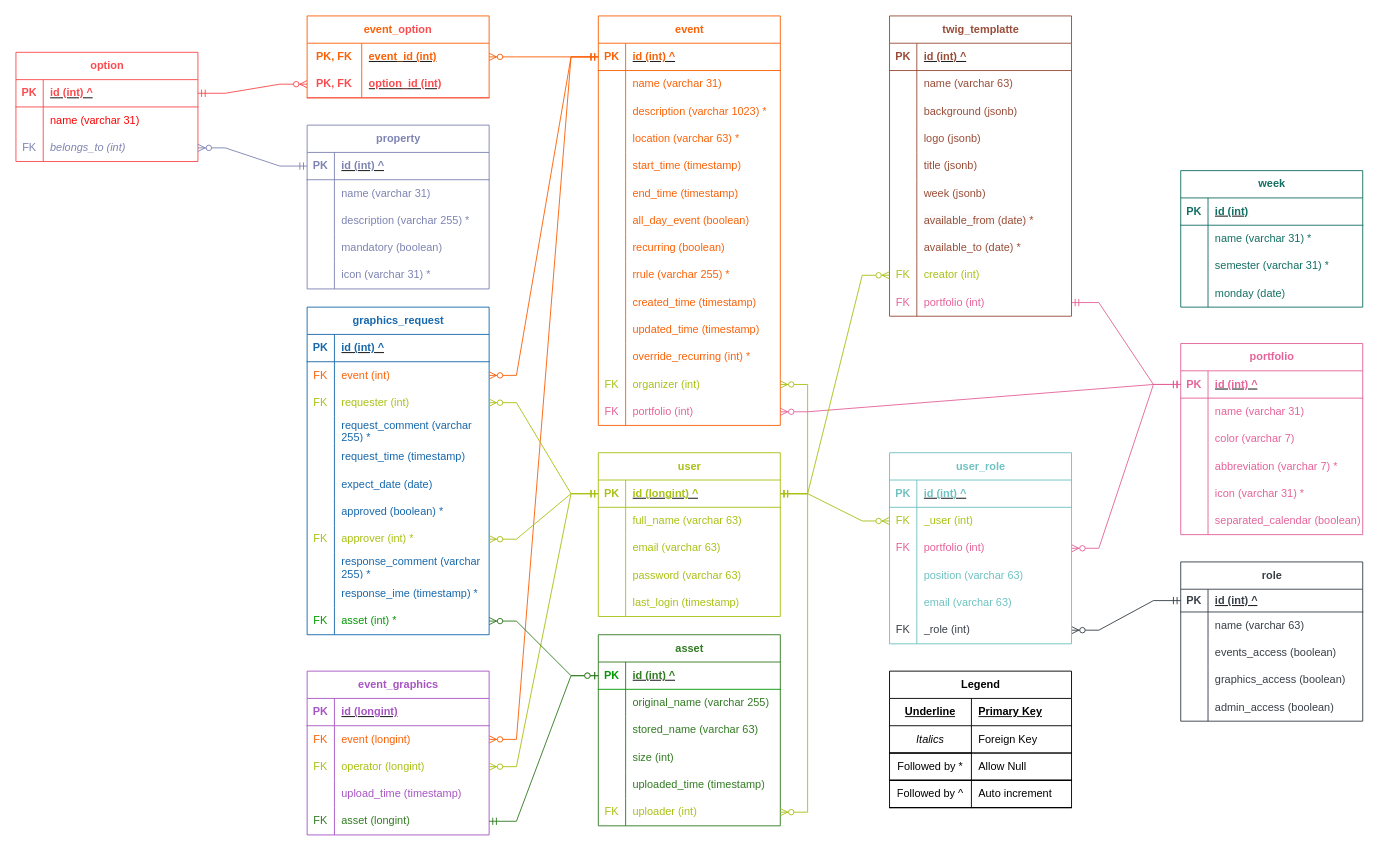
The draw.io diagram design/eTWIG.ER.drawio in stewebb/eTWIG, before the edit. Source tidied: cells renumbered, new cells numbered last; positions are measured from the earlier drawing's top-left corner, leaving out a move shared by most shapes. Both pictures are drawn from the tidied source at 91%, with x=0, y=0 at pixel (15, -203).
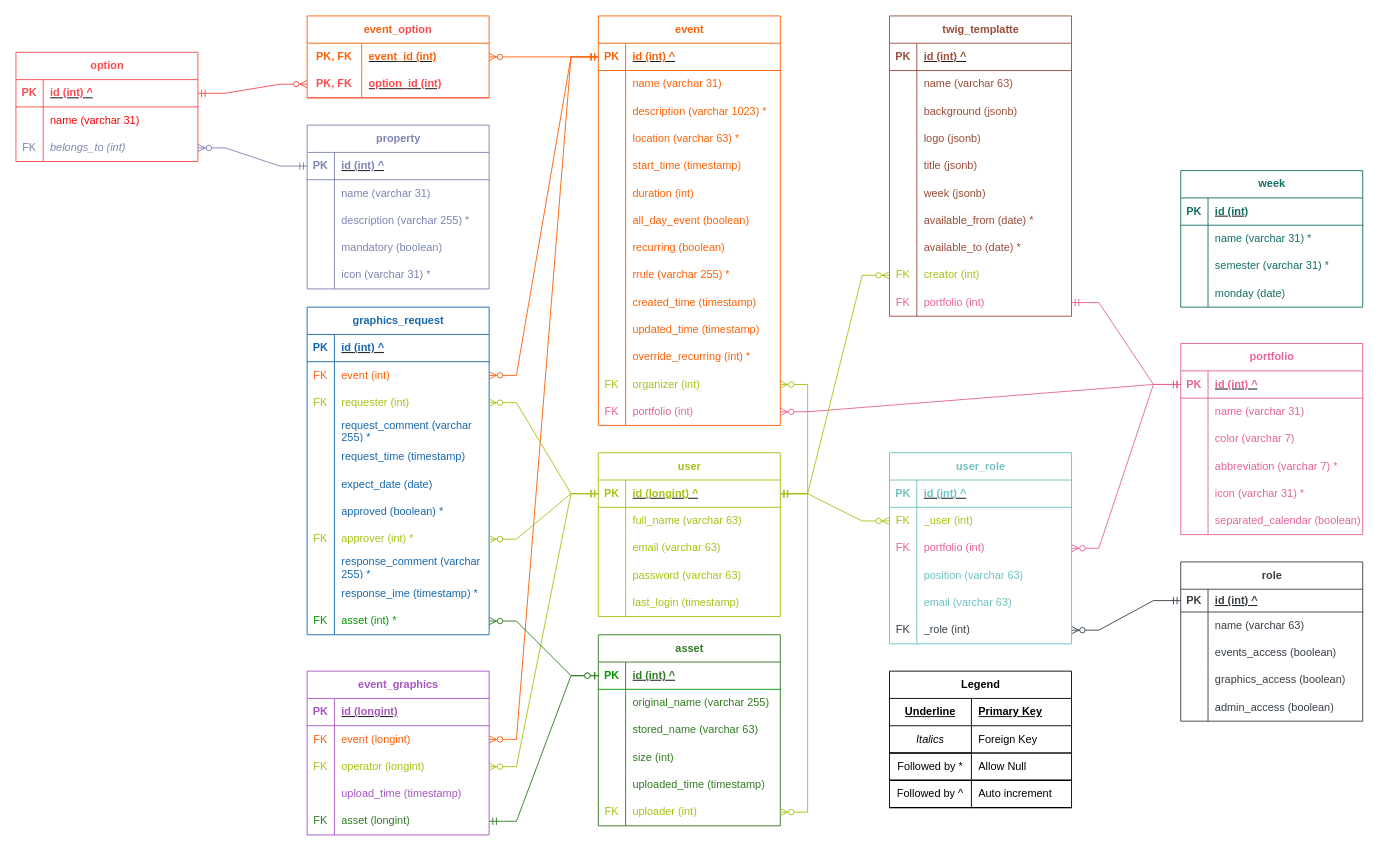
The same diagram, later.

The change refers to these unchanged cells:
```xml
<mxCell id="131" style="shape=tableRow;horizontal=0;startSize=0;swimlaneHead=0;swimlaneBody=0;fillColor=none;top=0;left=0;right=0;bottom=0;" parent="115" vertex="1">
  <mxGeometry y="180" width="200" height="30" as="geometry" />
</mxCell>
```

What changed in the source:
```diff
@@
-    <mxCell id="133" value="&lt;font color=&quot;#fb6107&quot;&gt;end_time (timestamp)&lt;/font&gt;" style="shape=partialRectangle;fillColor=none;top=0;left=0;bottom=0;right=0;align=left;spacingLeft=6;overflow=hidden;whiteSpace=wrap;html=1;strokeColor=#fb6107;" parent="131" vertex="1">
+    <mxCell id="133" value="&lt;font color=&quot;#fb6107&quot;&gt;duration (int)&lt;/font&gt;" style="shape=partialRectangle;fillColor=none;top=0;left=0;bottom=0;right=0;align=left;spacingLeft=6;overflow=hidden;whiteSpace=wrap;html=1;strokeColor=#fb6107;" parent="131" vertex="1">
       <mxGeometry x="30" width="170" height="30" as="geometry" />
     </mxCell>
```
